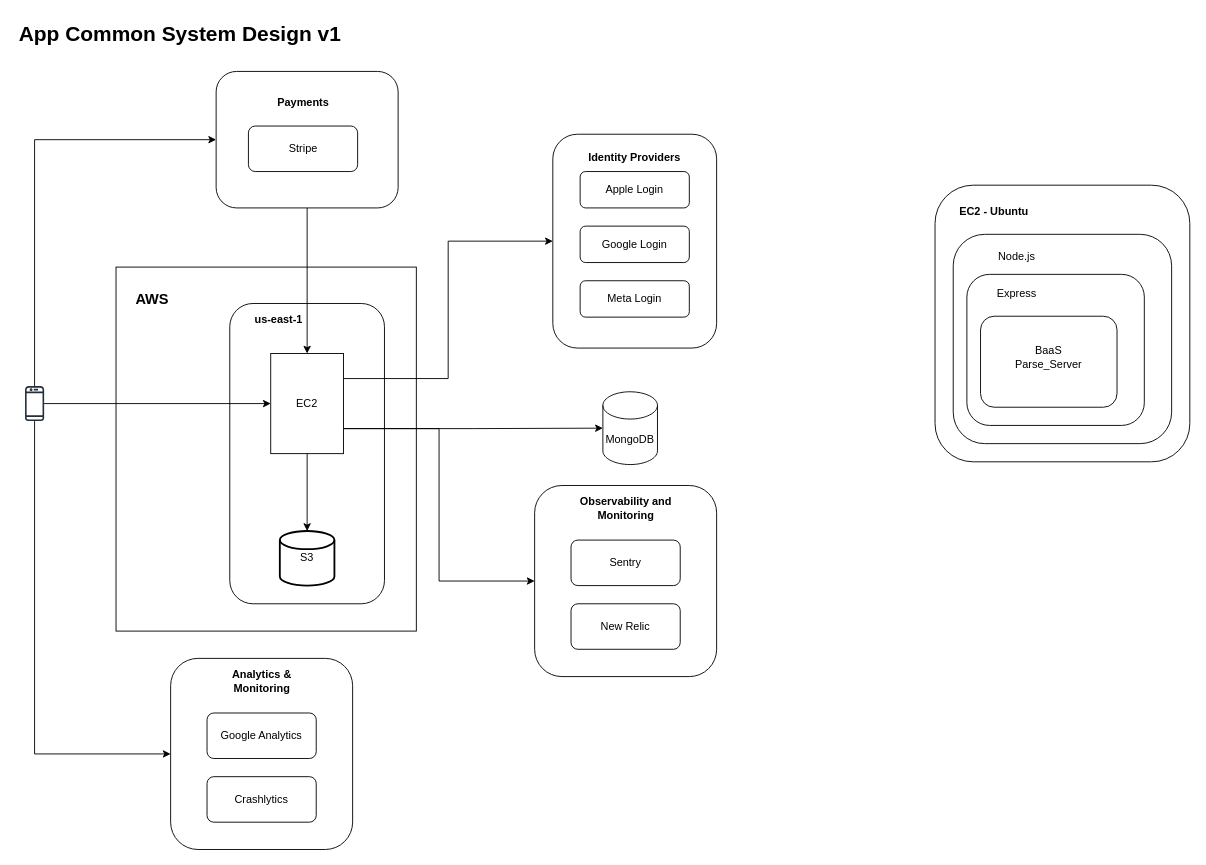
Earlier version of the draw.io diagram system-design-common-app.drawio (jasieloc/system-design). Source tidied: cells renumbered, new cells numbered last; positions are measured from the earlier drawing's top-left corner, leaving out a move shared by most shapes. Both pictures are drawn from the tidied source at 91%, with x=0, y=0 at pixel (15, 15).
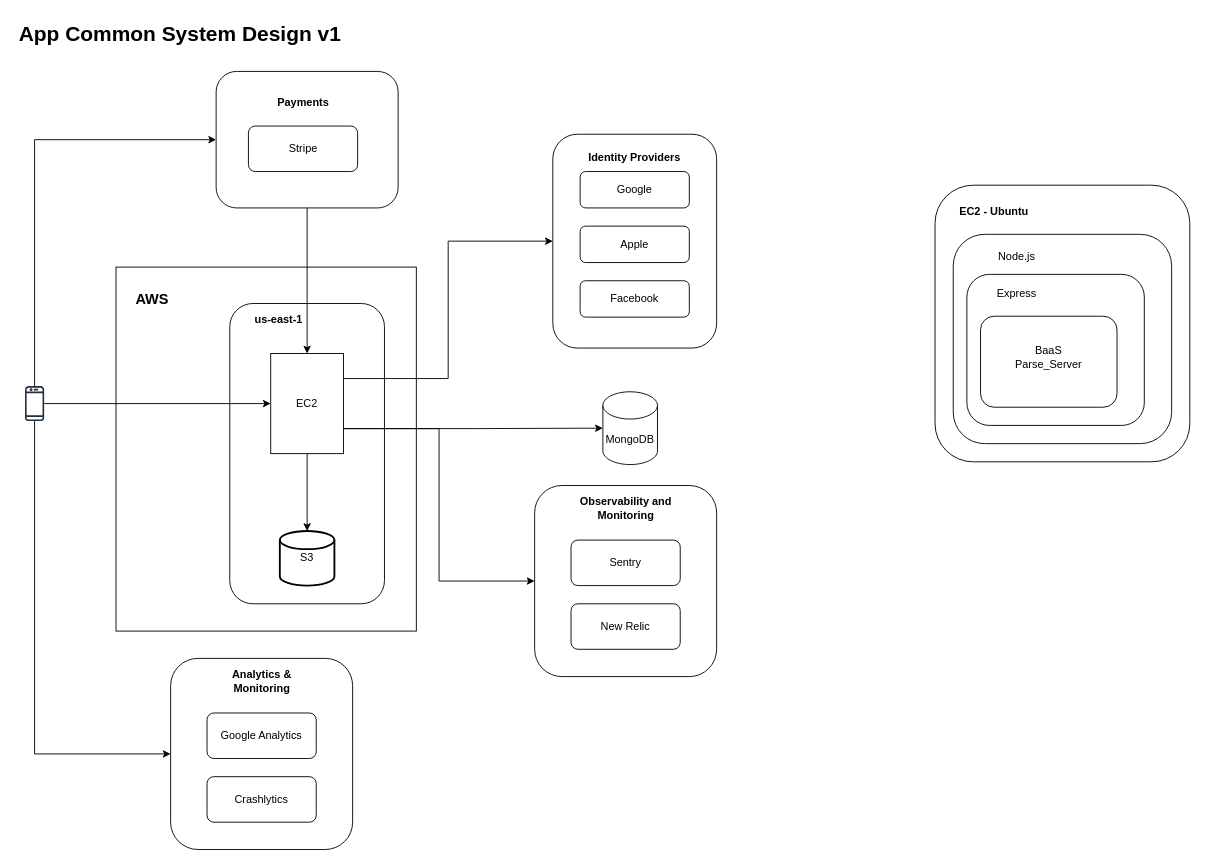
Above is the later version.

Change to the diagram source:
```diff
@@
+    <mxCell id="22" style="rounded=1;whiteSpace=wrap;html=1;fillColor=none;" parent="1" vertex="1">
+      <mxGeometry x="590" y="130" width="180" height="235" as="geometry" />
+    </mxCell>
@@
-    <mxCell id="19" value="Apple Login" style="rounded=1;whiteSpace=wrap;html=1;" parent="1" vertex="1">
+    <mxCell id="19" value="Google" style="rounded=1;whiteSpace=wrap;html=1;" parent="1" vertex="1">
       <mxGeometry x="620" y="171" width="120" height="40" as="geometry" />
     </mxCell>
-    <mxCell id="20" value="Google Login" style="rounded=1;whiteSpace=wrap;html=1;" parent="1" vertex="1">
+    <mxCell id="20" value="Apple" style="rounded=1;whiteSpace=wrap;html=1;" parent="1" vertex="1">
       <mxGeometry x="620" y="231" width="120" height="40" as="geometry" />
     </mxCell>
-    <mxCell id="21" value="Meta Login" style="rounded=1;whiteSpace=wrap;html=1;" parent="1" vertex="1">
+    <mxCell id="21" value="Facebook" style="rounded=1;whiteSpace=wrap;html=1;" parent="1" vertex="1">
       <mxGeometry x="620" y="291" width="120" height="40" as="geometry" />
     </mxCell>
-    <mxCell id="22" style="rounded=1;whiteSpace=wrap;html=1;fillColor=none;" parent="1" vertex="1">
-      <mxGeometry x="590" y="130" width="180" height="235" as="geometry" />
-    </mxCell>
```
